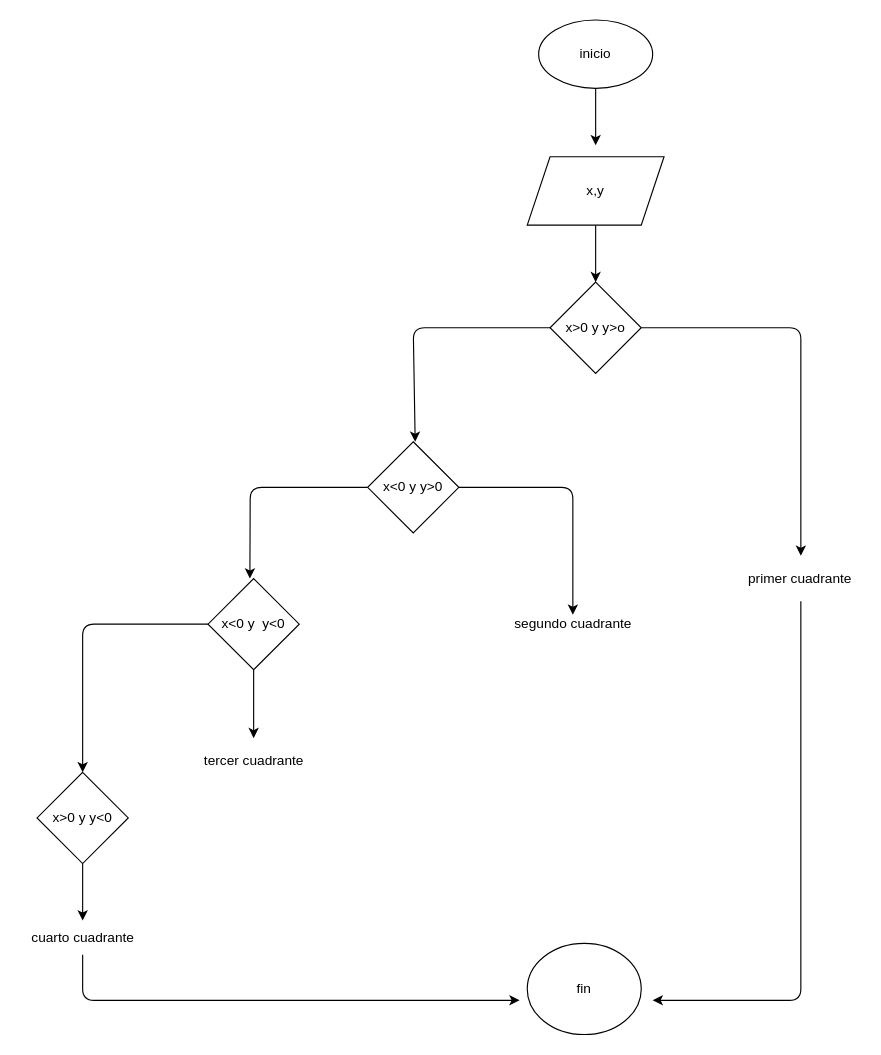
The draw.io diagram diagrama.drawio in jefferson5252173/taller_condicionales, before the edit. Source tidied: cells renumbered, new cells numbered last; positions are measured from the earlier drawing's top-left corner, leaving out a move shared by most shapes. Both pictures are drawn from the tidied source at 114%, with x=0, y=0 at pixel (19, 19).
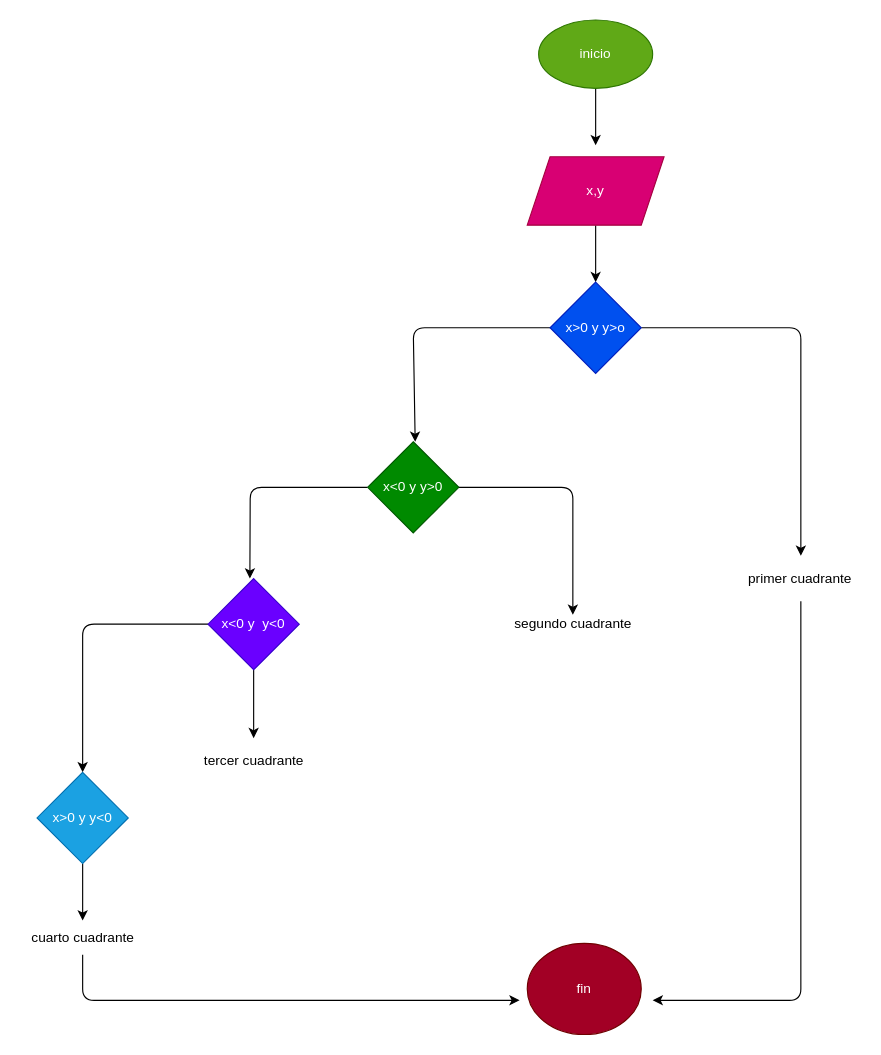
Above is the later version.

Commit message (it also covers changes not shown here):
se modifico ddiagrama

What changed in the source:
```diff
@@
-    <mxCell id="3" value="inicio" style="ellipse;whiteSpace=wrap;html=1;" parent="1" vertex="1">
+    <mxCell id="3" value="inicio" style="ellipse;whiteSpace=wrap;html=1;fillColor=#60a917;fontColor=#ffffff;strokeColor=#2D7600;" parent="1" vertex="1">
       <mxGeometry x="455" width="100" height="60" as="geometry" />
     </mxCell>
@@
-    <mxCell id="5" value="x,y" style="shape=parallelogram;perimeter=parallelogramPerimeter;whiteSpace=wrap;html=1;fixedSize=1;" parent="1" vertex="1">
+    <mxCell id="5" value="x,y" style="shape=parallelogram;perimeter=parallelogramPerimeter;whiteSpace=wrap;html=1;fixedSize=1;fillColor=#d80073;fontColor=#ffffff;strokeColor=#A50040;" parent="1" vertex="1">
       <mxGeometry x="445" y="120" width="120" height="60" as="geometry" />
     </mxCell>
@@
-    <mxCell id="8" value="x&amp;gt;0 y y&amp;gt;o" style="rhombus;whiteSpace=wrap;html=1;" parent="1" vertex="1">
+    <mxCell id="8" value="x&amp;gt;0 y y&amp;gt;o" style="rhombus;whiteSpace=wrap;html=1;fillColor=#0050ef;fontColor=#ffffff;strokeColor=#001DBC;" parent="1" vertex="1">
       <mxGeometry x="465" y="230" width="80" height="80" as="geometry" />
     </mxCell>
@@
-    <mxCell id="11" value="x&amp;lt;0 y y&amp;gt;0" style="rhombus;whiteSpace=wrap;html=1;" parent="1" vertex="1">
+    <mxCell id="11" value="x&amp;lt;0 y y&amp;gt;0" style="rhombus;whiteSpace=wrap;html=1;fillColor=#008a00;fontColor=#ffffff;strokeColor=#005700;" parent="1" vertex="1">
       <mxGeometry x="305" y="370" width="80" height="80" as="geometry" />
     </mxCell>
@@
-    <mxCell id="14" value="x&amp;lt;0 y&amp;nbsp; y&amp;lt;0" style="rhombus;whiteSpace=wrap;html=1;" parent="1" vertex="1">
+    <mxCell id="14" value="x&amp;lt;0 y&amp;nbsp; y&amp;lt;0" style="rhombus;whiteSpace=wrap;html=1;fillColor=#6a00ff;fontColor=#ffffff;strokeColor=#3700CC;" parent="1" vertex="1">
       <mxGeometry x="165" y="490" width="80" height="80" as="geometry" />
     </mxCell>
@@
-    <mxCell id="17" value="fin" style="ellipse;whiteSpace=wrap;html=1;" parent="1" vertex="1">
+    <mxCell id="17" value="fin" style="ellipse;whiteSpace=wrap;html=1;fillColor=#a20025;fontColor=#ffffff;strokeColor=#6F0000;" parent="1" vertex="1">
       <mxGeometry x="445" y="810" width="100" height="80" as="geometry" />
     </mxCell>
@@
-    <mxCell id="21" value="x&amp;gt;0 y y&amp;lt;0" style="rhombus;whiteSpace=wrap;html=1;" parent="1" vertex="1">
+    <mxCell id="21" value="x&amp;gt;0 y y&amp;lt;0" style="rhombus;whiteSpace=wrap;html=1;fillColor=#1ba1e2;fontColor=#ffffff;strokeColor=#006EAF;" parent="1" vertex="1">
       <mxGeometry x="15" y="660" width="80" height="80" as="geometry" />
     </mxCell>
```
